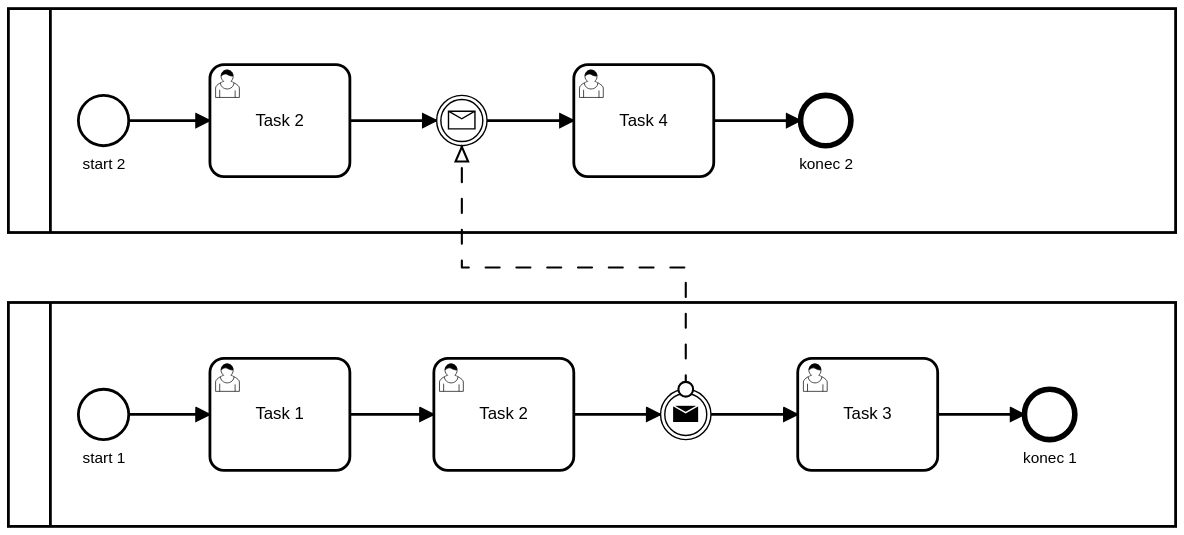
Above: Models/model1.svg in xmihol00/BPMS (BPMN), before the change. Its source is kept beside it as Models/model1.bpmn. Ids are renumbered.
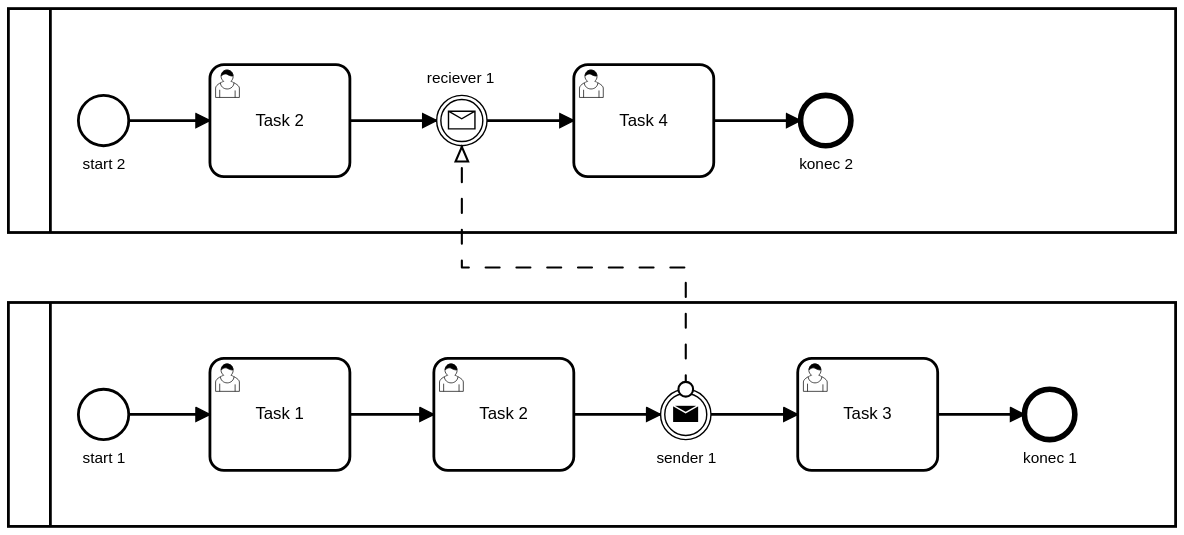
Above is the later version.

Diff of the diagram source:
```diff
@@ -1,4 +1,4 @@
-<bpmn:definitions xmlns:xsi="http://www.w3.org/2001/XMLSchema-instance" xmlns:bpmn="http://www.omg.org/spec/BPMN/20100524/MODEL" xmlns:bpmndi="http://www.omg.org/spec/BPMN/20100524/DI" xmlns:dc="http://www.omg.org/spec/DD/20100524/DC" xmlns:di="http://www.omg.org/spec/DD/20100524/DI" id="Definitions_n1" targetNamespace="http://bpmn.io/schema/bpmn" exporter="bpmn-js (https://demo.bpmn.io)" exporterVersion="8.9.1">
+<bpmn:definitions xmlns:xsi="http://www.w3.org/2001/XMLSchema-instance" xmlns:bpmn="http://www.omg.org/spec/BPMN/20100524/MODEL" xmlns:bpmndi="http://www.omg.org/spec/BPMN/20100524/DI" xmlns:dc="http://www.omg.org/spec/DD/20100524/DC" xmlns:di="http://www.omg.org/spec/DD/20100524/DI" id="Definitions_n1" targetNamespace="http://bpmn.io/schema/bpmn" exporter="bpmn-js (https://demo.bpmn.io)" exporterVersion="9.0.1">
   <bpmn:collaboration id="Collaboration_n2">
     <bpmn:participant id="Participant_n3" processRef="Process_n4" />
     <bpmn:participant id="Participant_n5" processRef="Process_n6" />
@@ -11,7 +11,7 @@
     <bpmn:endEvent id="Event_n12" name="konec 2">
       <bpmn:incoming>Flow_n13</bpmn:incoming>
     </bpmn:endEvent>
-    <bpmn:intermediateCatchEvent id="Event_n9">
+    <bpmn:intermediateCatchEvent id="Event_n9" name="reciever 1">
       <bpmn:incoming>Flow_n14</bpmn:incoming>
       <bpmn:outgoing>Flow_n15</bpmn:outgoing>
       <bpmn:messageEventDefinition id="MessageEventDefinition_n16" />
@@ -36,7 +36,7 @@
     <bpmn:endEvent id="Event_n21" name="konec 1">
       <bpmn:incoming>Flow_n22</bpmn:incoming>
     </bpmn:endEvent>
-    <bpmn:intermediateThrowEvent id="Event_n8">
+    <bpmn:intermediateThrowEvent id="Event_n8" name="sender 1">
       <bpmn:incoming>Flow_n23</bpmn:incoming>
       <bpmn:outgoing>Flow_n24</bpmn:outgoing>
       <bpmn:messageEventDefinition id="MessageEventDefinition_n25" />
@@ -64,21 +64,21 @@
       <bpmndi:BPMNShape id="Participant_n3_di" bpmnElement="Participant_n3" isHorizontal="true">
         <dc:Bounds x="156" y="70" width="834" height="160" />
       </bpmndi:BPMNShape>
-      <bpmndi:BPMNEdge id="Flow_n11_di" bpmnElement="Flow_n11">
-        <di:waypoint x="242" y="150" />
-        <di:waypoint x="300" y="150" />
+      <bpmndi:BPMNEdge id="Flow_n13_di" bpmnElement="Flow_n13">
+        <di:waypoint x="660" y="150" />
+        <di:waypoint x="722" y="150" />
+      </bpmndi:BPMNEdge>
+      <bpmndi:BPMNEdge id="Flow_n15_di" bpmnElement="Flow_n15">
+        <di:waypoint x="498" y="150" />
+        <di:waypoint x="560" y="150" />
       </bpmndi:BPMNEdge>
       <bpmndi:BPMNEdge id="Flow_n14_di" bpmnElement="Flow_n14">
         <di:waypoint x="400" y="150" />
         <di:waypoint x="462" y="150" />
       </bpmndi:BPMNEdge>
-      <bpmndi:BPMNEdge id="Flow_n15_di" bpmnElement="Flow_n15">
-        <di:waypoint x="498" y="150" />
-        <di:waypoint x="560" y="150" />
-      </bpmndi:BPMNEdge>
-      <bpmndi:BPMNEdge id="Flow_n13_di" bpmnElement="Flow_n13">
-        <di:waypoint x="660" y="150" />
-        <di:waypoint x="722" y="150" />
+      <bpmndi:BPMNEdge id="Flow_n11_di" bpmnElement="Flow_n11">
+        <di:waypoint x="242" y="150" />
+        <di:waypoint x="300" y="150" />
       </bpmndi:BPMNEdge>
       <bpmndi:BPMNShape id="_BPMNShape_StartEvent_2" bpmnElement="StartEvent_n10">
         <dc:Bounds x="206" y="132" width="36" height="36" />
@@ -94,6 +94,9 @@
       </bpmndi:BPMNShape>
       <bpmndi:BPMNShape id="Event_1uc199s_di" bpmnElement="Event_n9">
         <dc:Bounds x="462" y="132" width="36" height="36" />
+        <bpmndi:BPMNLabel>
+          <dc:Bounds x="455" y="113" width="49" height="14" />
+        </bpmndi:BPMNLabel>
       </bpmndi:BPMNShape>
       <bpmndi:BPMNShape id="Activity_0ghi6fc_di" bpmnElement="Activity_n17">
         <dc:Bounds x="300" y="110" width="100" height="80" />
@@ -104,25 +107,25 @@
       <bpmndi:BPMNShape id="Participant_n5_di" bpmnElement="Participant_n5" isHorizontal="true">
         <dc:Bounds x="156" y="280" width="834" height="160" />
       </bpmndi:BPMNShape>
-      <bpmndi:BPMNEdge id="Flow_n20_di" bpmnElement="Flow_n20">
-        <di:waypoint x="242" y="360" />
-        <di:waypoint x="300" y="360" />
+      <bpmndi:BPMNEdge id="Flow_n22_di" bpmnElement="Flow_n22">
+        <di:waypoint x="820" y="360" />
+        <di:waypoint x="882" y="360" />
+      </bpmndi:BPMNEdge>
+      <bpmndi:BPMNEdge id="Flow_n24_di" bpmnElement="Flow_n24">
+        <di:waypoint x="658" y="360" />
+        <di:waypoint x="720" y="360" />
+      </bpmndi:BPMNEdge>
+      <bpmndi:BPMNEdge id="Flow_n23_di" bpmnElement="Flow_n23">
+        <di:waypoint x="560" y="360" />
+        <di:waypoint x="622" y="360" />
       </bpmndi:BPMNEdge>
       <bpmndi:BPMNEdge id="Flow_n27_di" bpmnElement="Flow_n27">
         <di:waypoint x="400" y="360" />
         <di:waypoint x="460" y="360" />
       </bpmndi:BPMNEdge>
-      <bpmndi:BPMNEdge id="Flow_n23_di" bpmnElement="Flow_n23">
-        <di:waypoint x="560" y="360" />
-        <di:waypoint x="622" y="360" />
-      </bpmndi:BPMNEdge>
-      <bpmndi:BPMNEdge id="Flow_n24_di" bpmnElement="Flow_n24">
-        <di:waypoint x="658" y="360" />
-        <di:waypoint x="720" y="360" />
-      </bpmndi:BPMNEdge>
-      <bpmndi:BPMNEdge id="Flow_n22_di" bpmnElement="Flow_n22">
-        <di:waypoint x="820" y="360" />
-        <di:waypoint x="882" y="360" />
+      <bpmndi:BPMNEdge id="Flow_n20_di" bpmnElement="Flow_n20">
+        <di:waypoint x="242" y="360" />
+        <di:waypoint x="300" y="360" />
       </bpmndi:BPMNEdge>
       <bpmndi:BPMNShape id="Event_n19_di" bpmnElement="Event_n19">
         <dc:Bounds x="206" y="342" width="36" height="36" />
@@ -138,6 +141,9 @@
       </bpmndi:BPMNShape>
       <bpmndi:BPMNShape id="Event_0nyz7no_di" bpmnElement="Event_n8">
         <dc:Bounds x="622" y="342" width="36" height="36" />
+        <bpmndi:BPMNLabel>
+          <dc:Bounds x="619" y="385" width="43" height="14" />
+        </bpmndi:BPMNLabel>
       </bpmndi:BPMNShape>
       <bpmndi:BPMNShape id="Activity_0lug7c6_di" bpmnElement="Activity_n26">
         <dc:Bounds x="300" y="320" width="100" height="80" />
```
